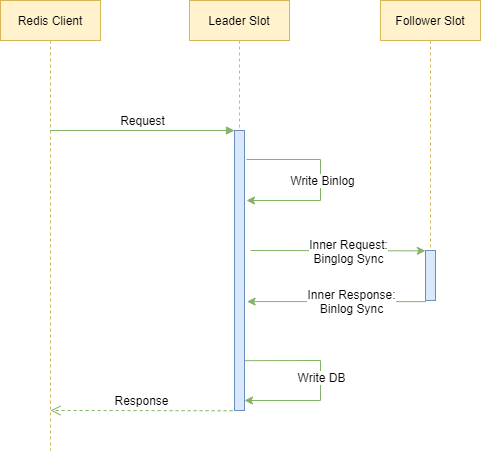
kernelai/image keeps this draw.io diagram as 一致性复制时序图.png. Above is the earlier version. Source tidied: cells renumbered, new cells last; positions are measured from the earlier drawing's top-left corner, leaving out a move shared by most shapes. Its diagram source:
```xml
<mxGraphModel>
  <root>
    <mxCell id="0" />
    <mxCell id="1" parent="0" />
    <mxCell id="2" value="Redis Client" style="shape=umlLifeline;perimeter=lifelinePerimeter;whiteSpace=wrap;html=1;outlineConnect=0;fillColor=#fff2cc;strokeColor=#d6b656;" parent="1" vertex="1">
      <mxGeometry width="100" height="450" as="geometry" />
    </mxCell>
    <mxCell id="3" value="Leader Slot" style="shape=umlLifeline;perimeter=lifelinePerimeter;whiteSpace=wrap;html=1;fillColor=#fff2cc;strokeColor=#d6b656;" parent="1" vertex="1">
      <mxGeometry x="189" width="100" height="160" as="geometry" />
    </mxCell>
    <mxCell id="4" style="html=1;points=[];perimeter=orthogonalPerimeter;fillColor=#dae8fc;strokeColor=#6c8ebf;" parent="1" vertex="1">
      <mxGeometry x="234" y="130" width="10" height="280" as="geometry" />
    </mxCell>
    <mxCell id="5" value="Request" style="html=1;verticalAlign=bottom;endArrow=block;entryX=0;entryY=0;fillColor=#d5e8d4;strokeColor=#82b366;" parent="1" edge="1" source="2" target="4">
      <mxGeometry relative="1" as="geometry" />
    </mxCell>
    <mxCell id="6" value="Response" style="html=1;verticalAlign=bottom;endArrow=open;dashed=1;endSize=8;exitX=-0.189;exitY=1.001;exitDx=0;exitDy=0;exitPerimeter=0;fillColor=#d5e8d4;strokeColor=#82b366;" parent="1" edge="1" source="4">
      <mxGeometry relative="1" as="geometry">
        <mxPoint x="50" y="410" as="targetPoint" />
      </mxGeometry>
    </mxCell>
    <mxCell id="7" style="endArrow=none;html=1;rounded=0;startArrow=classic;startFill=1;endFill=0;fillColor=#d5e8d4;strokeColor=#82b366;" parent="1" edge="1">
      <mxGeometry relative="1" as="geometry">
        <mxPoint x="246" y="200" as="sourcePoint" />
        <mxPoint x="246" y="159" as="targetPoint" />
        <Array as="points">
          <mxPoint x="320" y="200" />
          <mxPoint x="320" y="159" />
        </Array>
      </mxGeometry>
    </mxCell>
    <mxCell id="8" value="Write Binlog" style="edgeLabel;html=1;align=center;verticalAlign=middle;" parent="7" vertex="1">
      <mxGeometry x="0.05" y="-1" relative="1" as="geometry">
        <mxPoint y="4.7" as="offset" />
      </mxGeometry>
    </mxCell>
    <mxCell id="9" style="endArrow=classic;html=1;entryX=-0.014;entryY=0.007;entryDx=0;entryDy=0;entryPerimeter=0;fillColor=#d5e8d4;strokeColor=#82b366;" parent="1" edge="1" target="16">
      <mxGeometry relative="1" as="geometry">
        <mxPoint x="250" y="250" as="sourcePoint" />
      </mxGeometry>
    </mxCell>
    <mxCell id="10" value="Inner Request:&lt;br&gt;Binglog Sync" style="edgeLabel;html=1;align=center;verticalAlign=middle;" parent="9" vertex="1">
      <mxGeometry x="0.12" relative="1" as="geometry" />
    </mxCell>
    <mxCell id="11" style="endArrow=classic;html=1;exitX=0.027;exitY=1.023;exitDx=0;exitDy=0;exitPerimeter=0;entryX=1.26;entryY=0.611;entryDx=0;entryDy=0;entryPerimeter=0;fillColor=#d5e8d4;strokeColor=#82b366;" parent="1" edge="1" source="16" target="4">
      <mxGeometry relative="1" as="geometry" />
    </mxCell>
    <mxCell id="12" value="Inner Response:&lt;br&gt;Binlog Sync" style="edgeLabel;html=1;align=center;verticalAlign=middle;" parent="11" vertex="1">
      <mxGeometry x="-0.08" y="-1" relative="1" as="geometry">
        <mxPoint x="7.6" y="0.3" as="offset" />
      </mxGeometry>
    </mxCell>
    <mxCell id="13" style="endArrow=none;html=1;entryX=1.047;entryY=0.822;entryDx=0;entryDy=0;entryPerimeter=0;rounded=0;startArrow=classic;startFill=1;endFill=0;fillColor=#d5e8d4;strokeColor=#82b366;" parent="1" edge="1" target="4">
      <mxGeometry relative="1" as="geometry">
        <mxPoint x="244" y="400" as="sourcePoint" />
        <Array as="points">
          <mxPoint x="320" y="400" />
          <mxPoint x="320" y="360" />
        </Array>
      </mxGeometry>
    </mxCell>
    <mxCell id="14" value="Write DB" style="edgeLabel;html=1;align=center;verticalAlign=middle;" parent="13" vertex="1">
      <mxGeometry x="0.04" relative="1" as="geometry" />
    </mxCell>
    <mxCell id="15" value="Follower Slot" style="shape=umlLifeline;perimeter=lifelinePerimeter;whiteSpace=wrap;html=1;fillColor=#fff2cc;strokeColor=#d6b656;" parent="1" vertex="1">
      <mxGeometry x="380" width="100" height="280" as="geometry" />
    </mxCell>
    <mxCell id="16" style="html=1;points=[];perimeter=orthogonalPerimeter;fillColor=#dae8fc;strokeColor=#6c8ebf;" parent="1" vertex="1">
      <mxGeometry x="425" y="250" width="10" height="50" as="geometry" />
    </mxCell>
  </root>
</mxGraphModel>
```
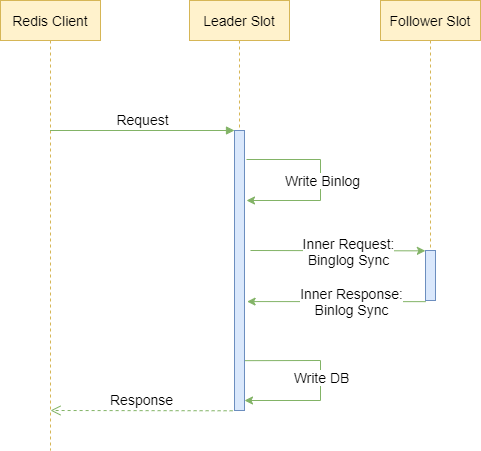
After the commit.

Diff of the diagram source:
```diff
@@ -2,19 +2,19 @@
   <root>
     <mxCell id="0" />
     <mxCell id="1" parent="0" />
-    <mxCell id="2" value="Redis Client" style="shape=umlLifeline;perimeter=lifelinePerimeter;whiteSpace=wrap;html=1;outlineConnect=0;fillColor=#fff2cc;strokeColor=#d6b656;" parent="1" vertex="1">
+    <mxCell id="2" value="&lt;font style=&quot;font-size: 14px&quot;&gt;Redis Client&lt;/font&gt;" style="shape=umlLifeline;perimeter=lifelinePerimeter;whiteSpace=wrap;html=1;outlineConnect=0;fillColor=#fff2cc;strokeColor=#d6b656;" parent="1" vertex="1">
       <mxGeometry width="100" height="450" as="geometry" />
     </mxCell>
-    <mxCell id="3" value="Leader Slot" style="shape=umlLifeline;perimeter=lifelinePerimeter;whiteSpace=wrap;html=1;fillColor=#fff2cc;strokeColor=#d6b656;" parent="1" vertex="1">
+    <mxCell id="3" value="&lt;font style=&quot;font-size: 14px&quot;&gt;Leader Slot&lt;/font&gt;" style="shape=umlLifeline;perimeter=lifelinePerimeter;whiteSpace=wrap;html=1;fillColor=#fff2cc;strokeColor=#d6b656;" parent="1" vertex="1">
       <mxGeometry x="189" width="100" height="160" as="geometry" />
     </mxCell>
     <mxCell id="4" style="html=1;points=[];perimeter=orthogonalPerimeter;fillColor=#dae8fc;strokeColor=#6c8ebf;" parent="1" vertex="1">
       <mxGeometry x="234" y="130" width="10" height="280" as="geometry" />
     </mxCell>
-    <mxCell id="5" value="Request" style="html=1;verticalAlign=bottom;endArrow=block;entryX=0;entryY=0;fillColor=#d5e8d4;strokeColor=#82b366;" parent="1" edge="1" source="2" target="4">
+    <mxCell id="5" value="&lt;font style=&quot;font-size: 14px&quot;&gt;Request&lt;/font&gt;" style="html=1;verticalAlign=bottom;endArrow=block;entryX=0;entryY=0;fillColor=#d5e8d4;strokeColor=#82b366;" parent="1" edge="1" source="2" target="4">
       <mxGeometry relative="1" as="geometry" />
     </mxCell>
-    <mxCell id="6" value="Response" style="html=1;verticalAlign=bottom;endArrow=open;dashed=1;endSize=8;exitX=-0.189;exitY=1.001;exitDx=0;exitDy=0;exitPerimeter=0;fillColor=#d5e8d4;strokeColor=#82b366;" parent="1" edge="1" source="4">
+    <mxCell id="6" value="&lt;font style=&quot;font-size: 14px&quot;&gt;Response&lt;/font&gt;" style="html=1;verticalAlign=bottom;endArrow=open;dashed=1;endSize=8;exitX=-0.189;exitY=1.001;exitDx=0;exitDy=0;exitPerimeter=0;fillColor=#d5e8d4;strokeColor=#82b366;" parent="1" edge="1" source="4">
       <mxGeometry relative="1" as="geometry">
         <mxPoint x="50" y="410" as="targetPoint" />
       </mxGeometry>
@@ -29,7 +29,7 @@
         </Array>
       </mxGeometry>
     </mxCell>
-    <mxCell id="8" value="Write Binlog" style="edgeLabel;html=1;align=center;verticalAlign=middle;" parent="7" vertex="1">
+    <mxCell id="8" value="&lt;font style=&quot;font-size: 14px&quot;&gt;Write Binlog&lt;/font&gt;" style="edgeLabel;html=1;align=center;verticalAlign=middle;" parent="7" vertex="1">
       <mxGeometry x="0.05" y="-1" relative="1" as="geometry">
         <mxPoint y="4.7" as="offset" />
       </mxGeometry>
@@ -39,13 +39,13 @@
         <mxPoint x="250" y="250" as="sourcePoint" />
       </mxGeometry>
     </mxCell>
-    <mxCell id="10" value="Inner Request:&lt;br&gt;Binglog Sync" style="edgeLabel;html=1;align=center;verticalAlign=middle;" parent="9" vertex="1">
+    <mxCell id="10" value="&lt;font style=&quot;font-size: 14px&quot;&gt;Inner Request:&lt;br&gt;Binglog Sync&lt;/font&gt;" style="edgeLabel;html=1;align=center;verticalAlign=middle;" parent="9" vertex="1">
       <mxGeometry x="0.12" relative="1" as="geometry" />
     </mxCell>
     <mxCell id="11" style="endArrow=classic;html=1;exitX=0.027;exitY=1.023;exitDx=0;exitDy=0;exitPerimeter=0;entryX=1.26;entryY=0.611;entryDx=0;entryDy=0;entryPerimeter=0;fillColor=#d5e8d4;strokeColor=#82b366;" parent="1" edge="1" source="16" target="4">
       <mxGeometry relative="1" as="geometry" />
     </mxCell>
-    <mxCell id="12" value="Inner Response:&lt;br&gt;Binlog Sync" style="edgeLabel;html=1;align=center;verticalAlign=middle;" parent="11" vertex="1">
+    <mxCell id="12" value="&lt;font style=&quot;font-size: 14px&quot;&gt;Inner Response:&lt;br&gt;Binlog Sync&lt;/font&gt;" style="edgeLabel;html=1;align=center;verticalAlign=middle;" parent="11" vertex="1">
       <mxGeometry x="-0.08" y="-1" relative="1" as="geometry">
         <mxPoint x="7.6" y="0.3" as="offset" />
       </mxGeometry>
@@ -59,10 +59,10 @@
         </Array>
       </mxGeometry>
     </mxCell>
-    <mxCell id="14" value="Write DB" style="edgeLabel;html=1;align=center;verticalAlign=middle;" parent="13" vertex="1">
+    <mxCell id="14" value="&lt;font style=&quot;font-size: 14px&quot;&gt;Write DB&lt;/font&gt;" style="edgeLabel;html=1;align=center;verticalAlign=middle;" parent="13" vertex="1">
       <mxGeometry x="0.04" relative="1" as="geometry" />
     </mxCell>
-    <mxCell id="15" value="Follower Slot" style="shape=umlLifeline;perimeter=lifelinePerimeter;whiteSpace=wrap;html=1;fillColor=#fff2cc;strokeColor=#d6b656;" parent="1" vertex="1">
+    <mxCell id="15" value="&lt;font style=&quot;font-size: 14px&quot;&gt;Follower Slot&lt;/font&gt;" style="shape=umlLifeline;perimeter=lifelinePerimeter;whiteSpace=wrap;html=1;fillColor=#fff2cc;strokeColor=#d6b656;" parent="1" vertex="1">
       <mxGeometry x="380" width="100" height="280" as="geometry" />
     </mxCell>
     <mxCell id="16" style="html=1;points=[];perimeter=orthogonalPerimeter;fillColor=#dae8fc;strokeColor=#6c8ebf;" parent="1" vertex="1">
```
